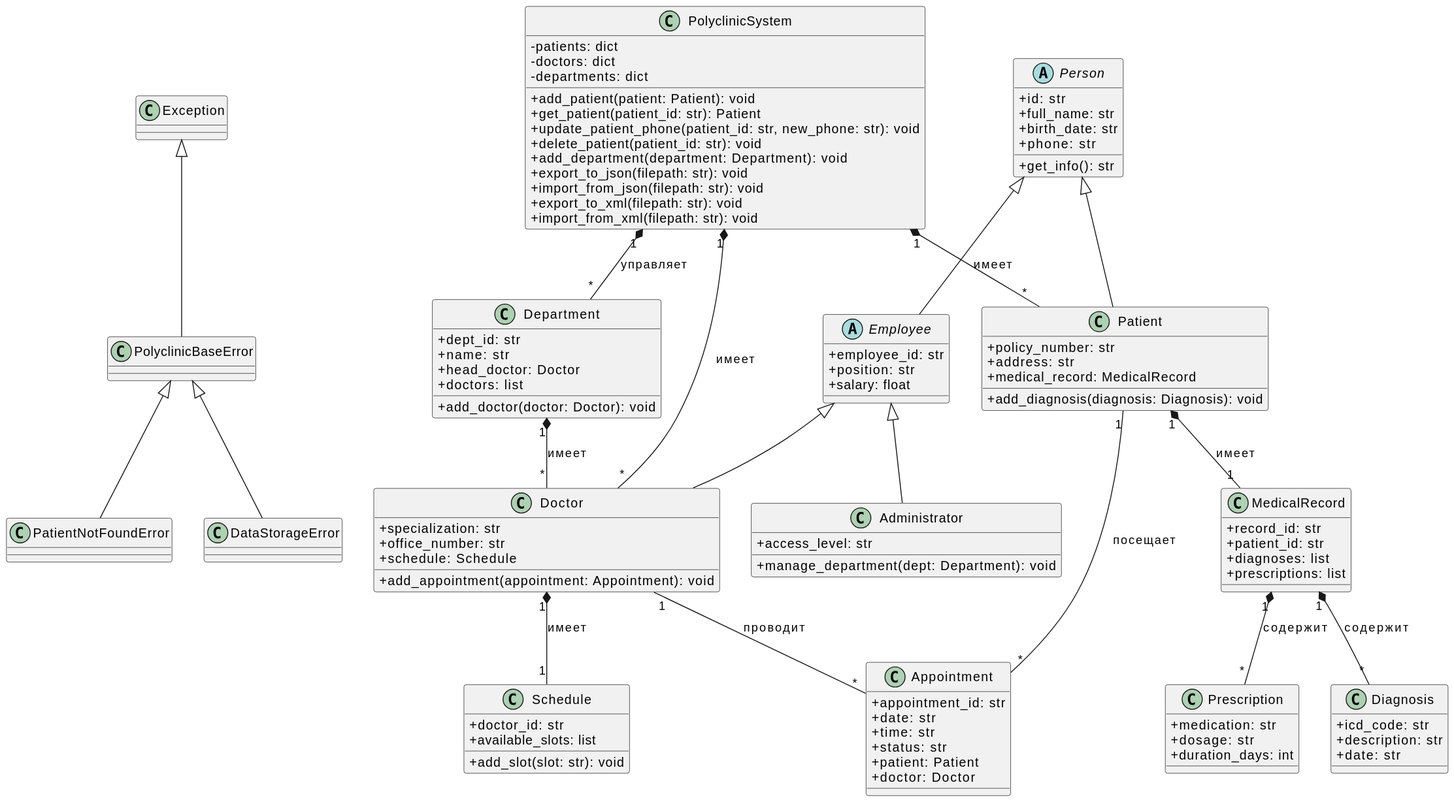
Before: docs/start_uml.svg, a diagram exported from PlantUML (Tylenchik45/polyclinic_lab).
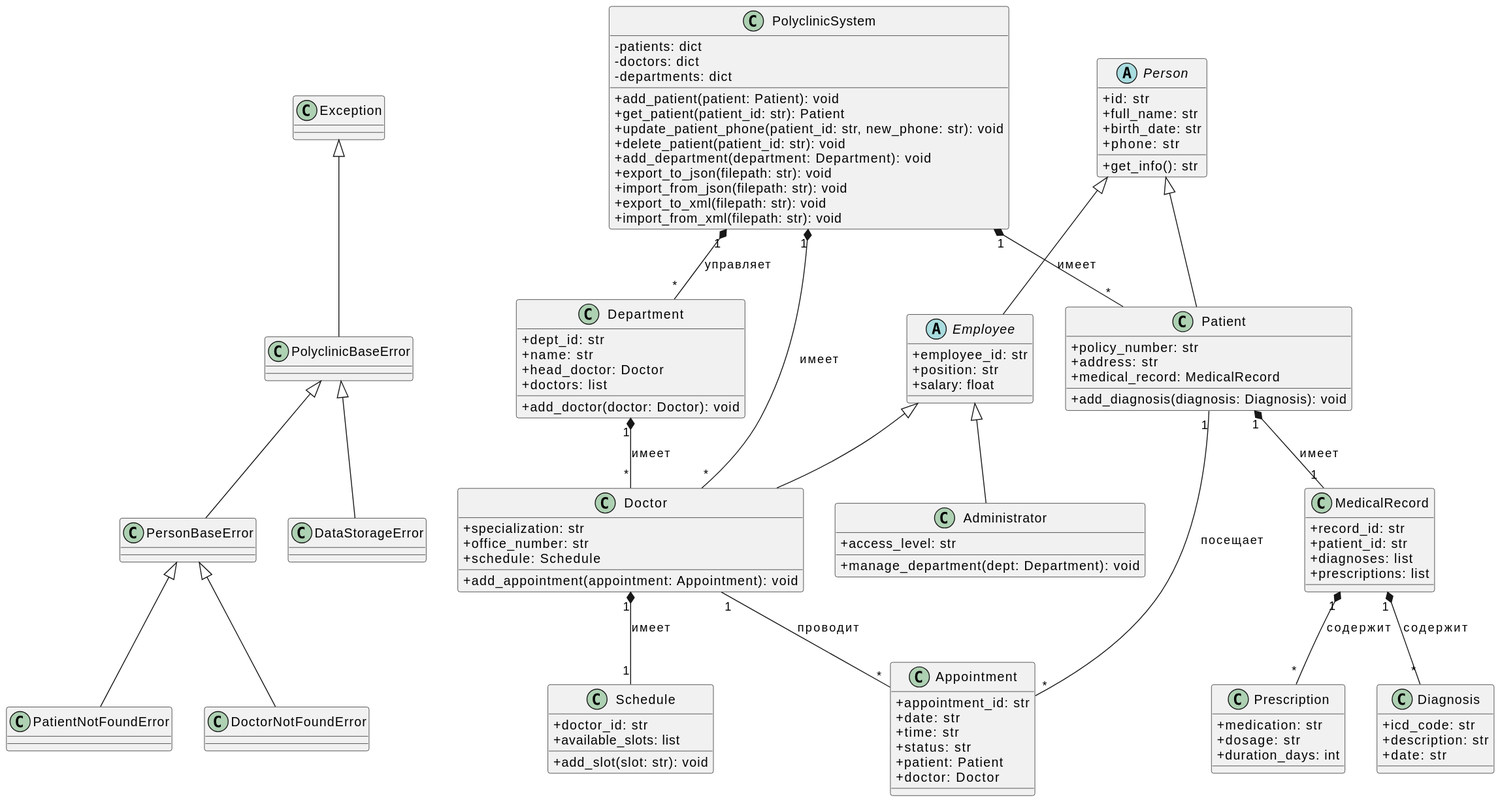
The same file after the commit.

Commit message:
Обновил UML диаграмму и ее текстовое описание

What changed in the source:
```diff
@@ -7,14 +7,22 @@
 class PolyclinicBaseError {
 }
 
+class PersonBaseError{
+}
+
 class PatientNotFoundError {
+}
+
+class DoctorNotFoundError{
 }
 
 class DataStorageError {
 }
 
 Exception <|-- PolyclinicBaseError
-PolyclinicBaseError <|-- PatientNotFoundError
+PolyclinicBaseError <|-- PersonBaseError
+PersonBaseError <|-- PatientNotFoundError
+PersonBaseError <|-- DoctorNotFoundError
 PolyclinicBaseError <|-- DataStorageError
 
 abstract class Person {
```
